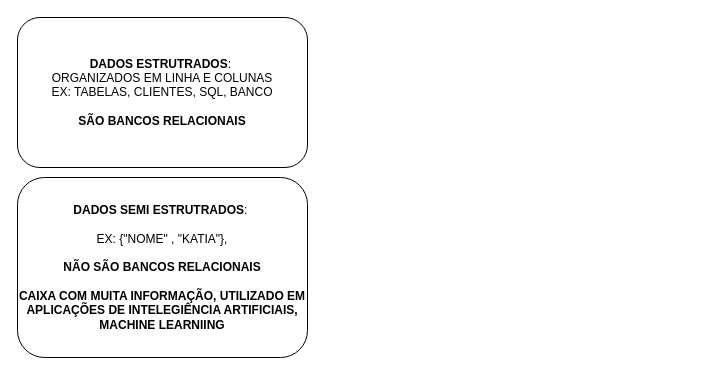
The draw.io diagram DadosEstruturados.drawio in wpriska/Modelagem-de-Dados, before the edit. Source tidied: cells renumbered, new cells numbered last; positions are measured from the earlier drawing's top-left corner, leaving out a move shared by most shapes. Both pictures are drawn from the tidied source at 100%, with x=0, y=0 at pixel (17, 17).
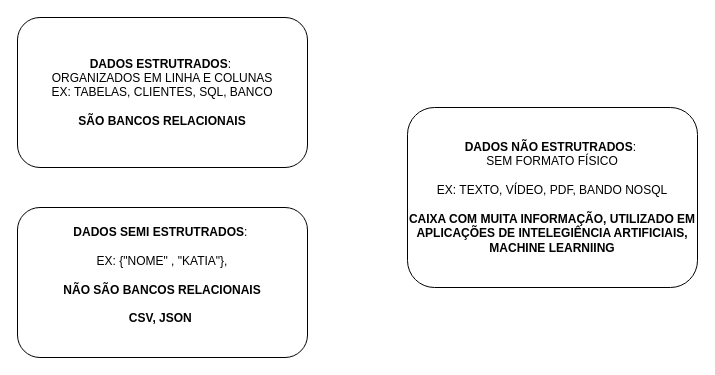
The same page after the edit.

Change to the diagram source:
```diff
@@
 <mxGraphModel>
   <root>
     <mxCell id="0" />
     <mxCell id="1" parent="0" />
     <mxCell id="2" value="&lt;b&gt;DADOS ESTRUTRADOS&lt;/b&gt;:&amp;nbsp;&lt;div&gt;ORGANIZADOS EM LINHA E COLUNAS&lt;/div&gt;&lt;div&gt;EX: TABELAS, CLIENTES, SQL, BANCO&lt;/div&gt;&lt;div&gt;&lt;br&gt;&lt;/div&gt;&lt;div&gt;&lt;b&gt;SÃO BANCOS RELACIONAIS&lt;/b&gt;&lt;/div&gt;" style="rounded=1;whiteSpace=wrap;html=1;" parent="1" vertex="1">
       <mxGeometry width="290" height="150" as="geometry" />
     </mxCell>
-    <mxCell id="3" value="&lt;b&gt;DADOS SEMI ESTRUTRADOS&lt;/b&gt;:&amp;nbsp;&lt;div&gt;&lt;br&gt;&lt;/div&gt;&lt;div&gt;EX: {&quot;NOME&quot; , &quot;KATIA&quot;},&lt;/div&gt;&lt;div&gt;&lt;br&gt;&lt;/div&gt;&lt;div&gt;&lt;b&gt;NÃO SÃO BANCOS RELACIONAIS&lt;/b&gt;&lt;/div&gt;&lt;div&gt;&lt;b&gt;&lt;br&gt;&lt;/b&gt;&lt;/div&gt;&lt;div&gt;&lt;b&gt;CAIXA COM MUITA INFORMAÇÃO, UTILIZADO EM APLICAÇÕES DE INTELEGIÊNCIA ARTIFICIAIS, MACHINE LEARNIING&lt;/b&gt;&lt;/div&gt;" style="rounded=1;whiteSpace=wrap;html=1;" parent="1" vertex="1">
-      <mxGeometry y="160" width="290" height="180" as="geometry" />
+    <mxCell id="3" value="&lt;b&gt;DADOS SEMI ESTRUTRADOS&lt;/b&gt;:&amp;nbsp;&lt;div&gt;&lt;br&gt;&lt;/div&gt;&lt;div&gt;EX: {&quot;NOME&quot; , &quot;KATIA&quot;},&lt;/div&gt;&lt;div&gt;&lt;br&gt;&lt;/div&gt;&lt;div&gt;&lt;b&gt;NÃO SÃO BANCOS RELACIONAIS&lt;/b&gt;&lt;/div&gt;&lt;div&gt;&lt;b&gt;&lt;br&gt;&lt;/b&gt;&lt;/div&gt;&lt;div&gt;&lt;b&gt;CSV, JSON&amp;nbsp;&lt;/b&gt;&lt;/div&gt;&lt;div&gt;&lt;br&gt;&lt;/div&gt;" style="rounded=1;whiteSpace=wrap;html=1;" parent="1" vertex="1">
+      <mxGeometry y="190" width="290" height="150" as="geometry" />
     </mxCell>
+    <mxCell id="4" value="&lt;b&gt;DADOS NÃO ESTRUTRADOS&lt;/b&gt;:&amp;nbsp;&lt;div&gt;SEM FORMATO FÍSICO&lt;/div&gt;&lt;div&gt;&lt;br&gt;&lt;/div&gt;&lt;div&gt;EX: TEXTO, VÍDEO, PDF, BANDO NOSQL&lt;/div&gt;&lt;div&gt;&lt;br&gt;&lt;/div&gt;&lt;div&gt;&lt;b&gt;CAIXA COM MUITA INFORMAÇÃO, UTILIZADO EM APLICAÇÕES DE INTELEGIÊNCIA ARTIFICIAIS, MACHINE LEARNIING&lt;/b&gt;&lt;/div&gt;" style="rounded=1;whiteSpace=wrap;html=1;" parent="1" vertex="1">
+      <mxGeometry x="390" y="90" width="290" height="180" as="geometry" />
+    </mxCell>
   </root>
 </mxGraphModel>
```
